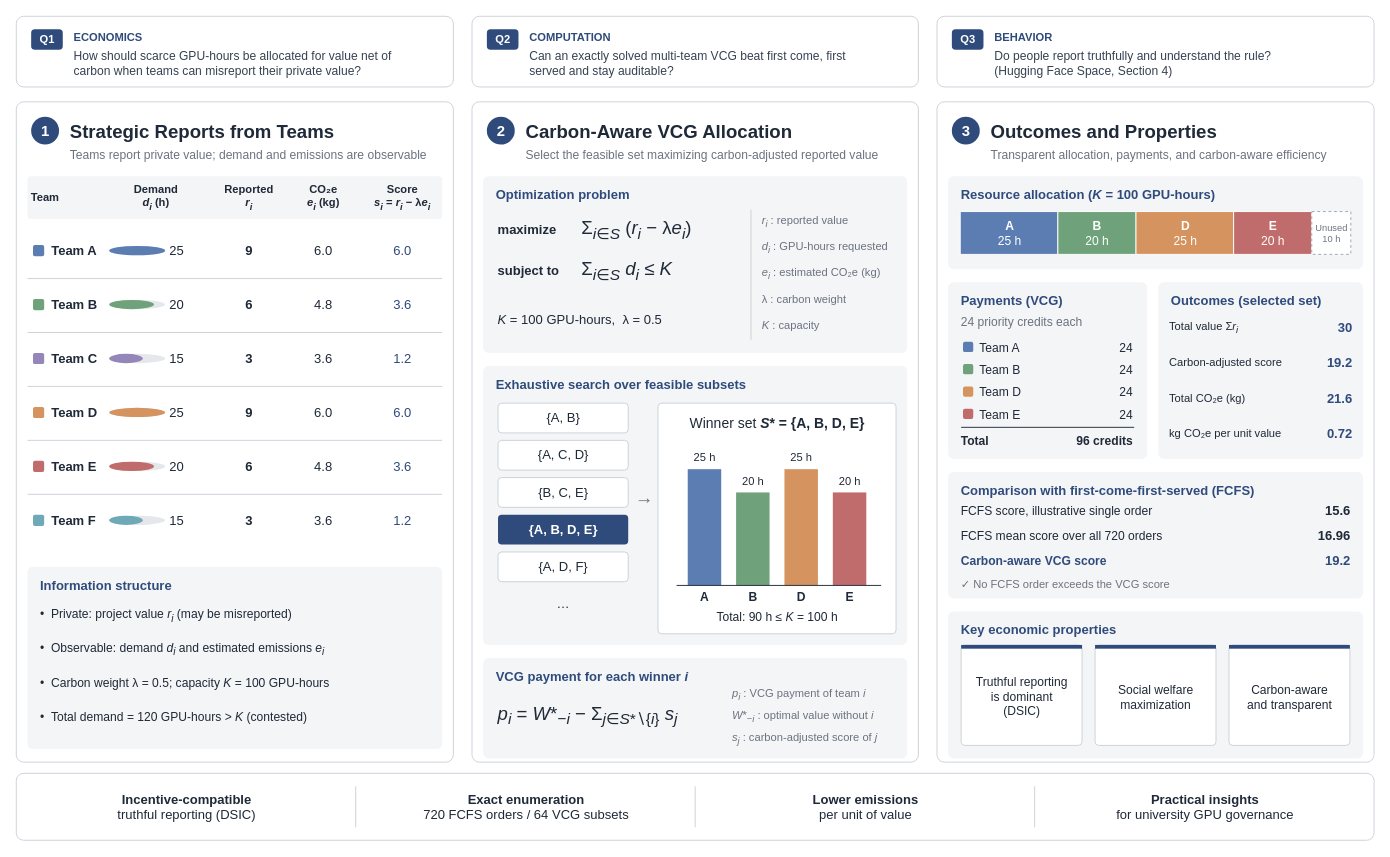
Above: PS2-FP05-TeamA-Overleaf-Source/figures/teaser_figure.drawio in GihoonE/FP05-PS2-Team-A (draw.io), before the change. Source tidied: cells renumbered, new cells numbered last; positions are measured from the earlier drawing's top-left corner, leaving out a move shared by most shapes. Both pictures are drawn from the tidied source at 93%, with x=0, y=0 at pixel (16, 16).
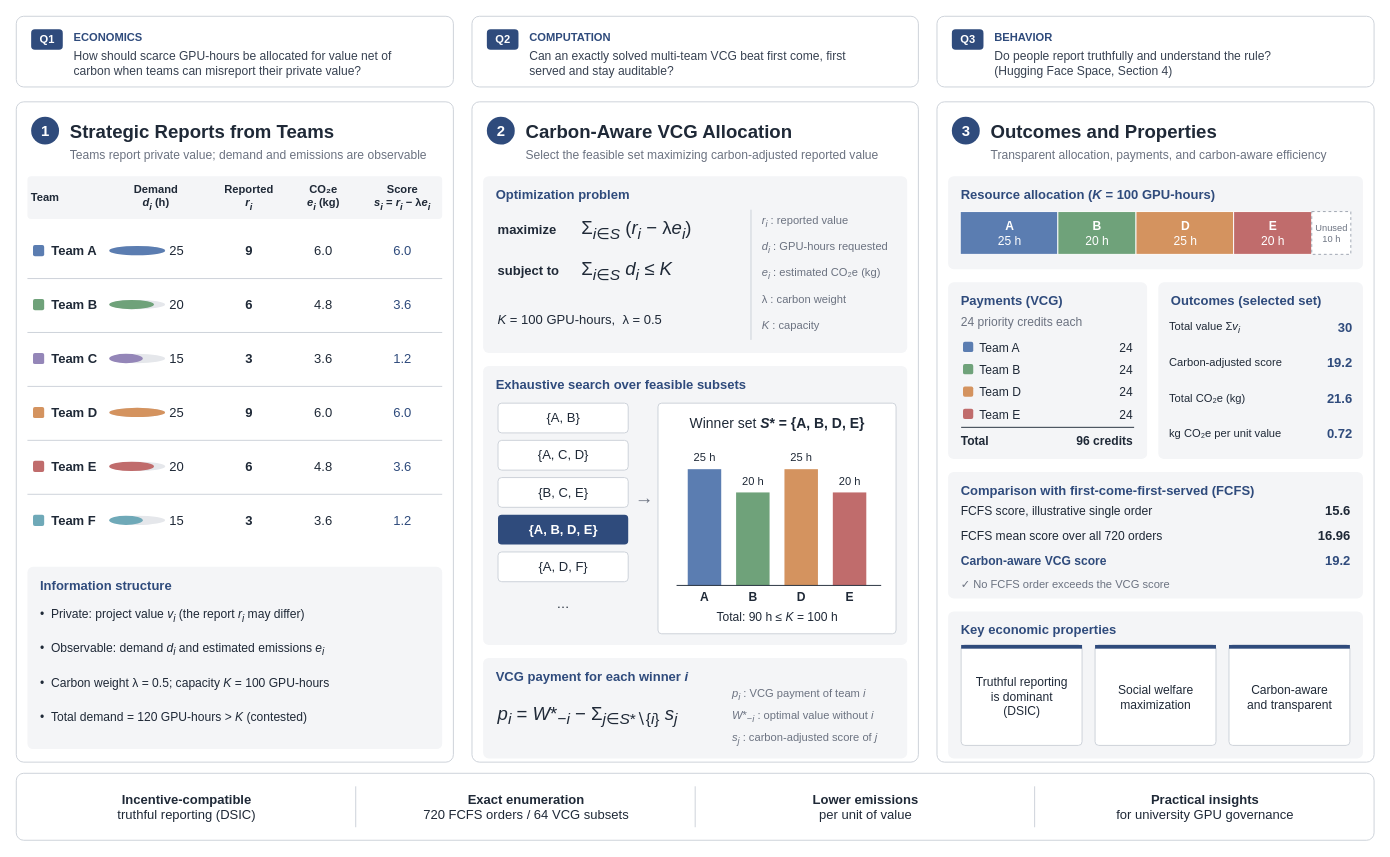
The same page after the edit.

What changed in the source:
```diff
@@
-    <mxCell id="68" value="•&amp;nbsp;&amp;nbsp;Private: project value &lt;i&gt;r&lt;sub&gt;i&lt;/sub&gt;&lt;/i&gt; (may be misreported)" style="text;html=1;whiteSpace=nowrap;align=left;verticalAlign=middle;spacing=0;fontSize=13;fontColor=#1F2937;fontFamily=Helvetica;fontStyle=0;" parent="1" vertex="1">
+    <mxCell id="68" value="•&amp;nbsp;&amp;nbsp;Private: project value &lt;i&gt;v&lt;sub&gt;i&lt;/sub&gt;&lt;/i&gt; (the report &lt;i&gt;r&lt;sub&gt;i&lt;/sub&gt;&lt;/i&gt; may differ)" style="text;html=1;whiteSpace=nowrap;align=left;verticalAlign=middle;spacing=0;fontSize=13;fontColor=#1F2937;fontFamily=Helvetica;fontStyle=0;" parent="1" vertex="1">
       <mxGeometry x="26" y="630" width="420" height="30" as="geometry" />
     </mxCell>
@@
-    <mxCell id="163" value="Total value Σ&lt;i&gt;r&lt;sub&gt;i&lt;/sub&gt;&lt;/i&gt;" style="text;html=1;whiteSpace=nowrap;align=left;verticalAlign=middle;spacing=0;fontSize=12;fontColor=#1F2937;fontFamily=Helvetica;fontStyle=0;" parent="1" vertex="1">
+    <mxCell id="163" value="Total value Σ&lt;i&gt;v&lt;sub&gt;i&lt;/sub&gt;&lt;/i&gt;" style="text;html=1;whiteSpace=nowrap;align=left;verticalAlign=middle;spacing=0;fontSize=12;fontColor=#1F2937;fontFamily=Helvetica;fontStyle=0;" parent="1" vertex="1">
       <mxGeometry x="1240" y="318" width="150" height="34" as="geometry" />
     </mxCell>
```
